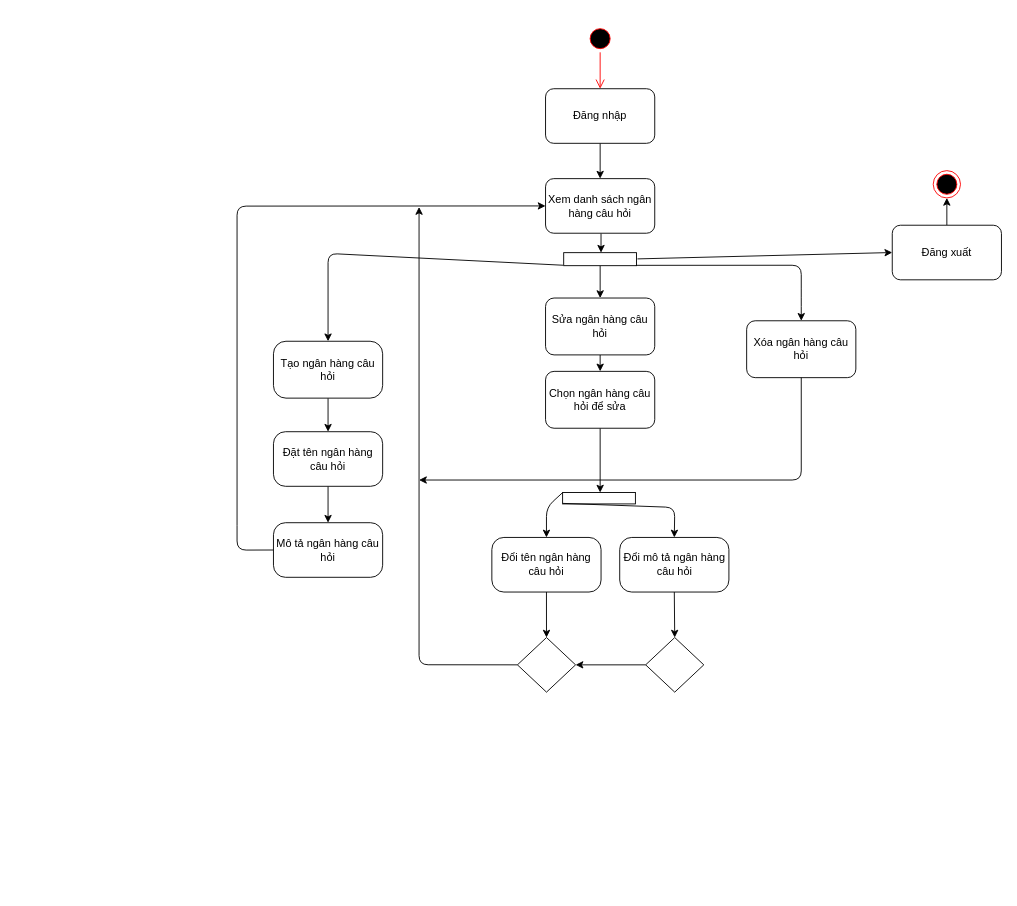
Earlier version of the draw.io diagram page "Quản lý ngân hàng câu hỏi" (1 of 4) of activitydiagram.drawio (VDT1805/ChallengeCreator). Source tidied: cells renumbered, new cells numbered last; positions are measured from the earlier drawing's top-left corner, leaving out a move shared by most shapes. Both pictures are drawn from the tidied source at 91%, with x=0, y=0 at pixel (237, 25).
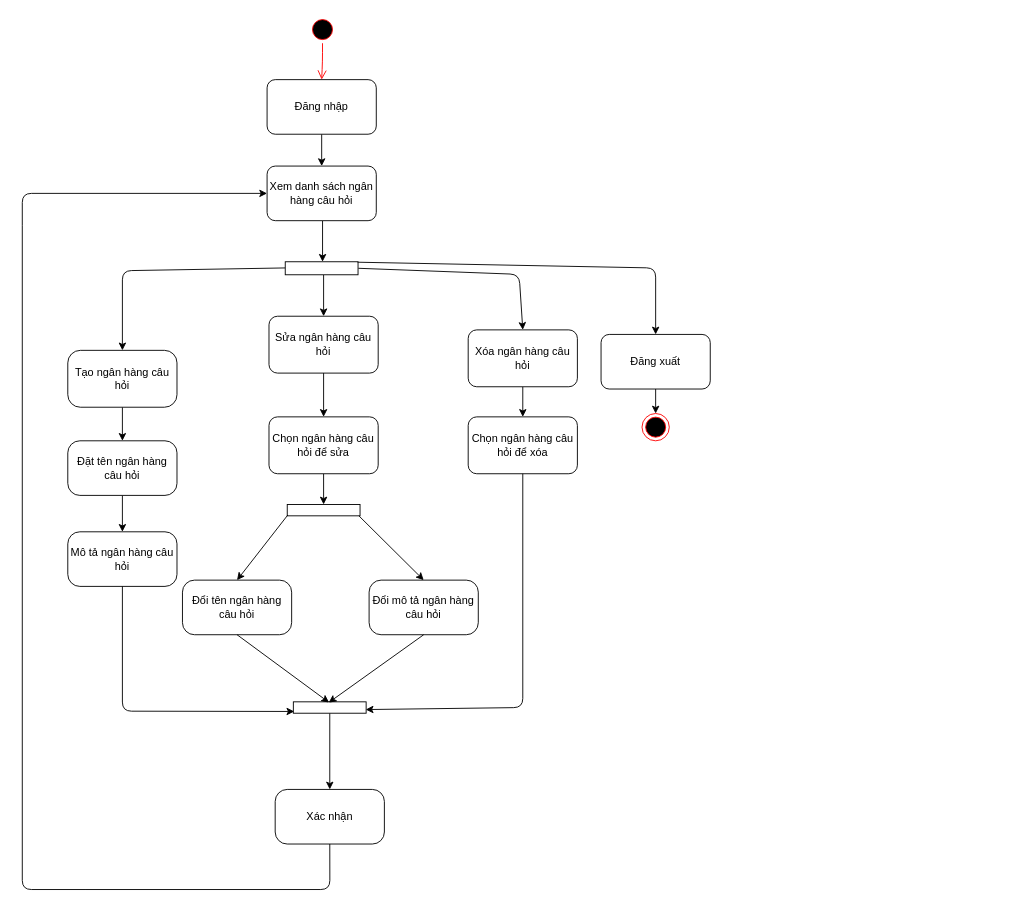
The same page after the edit.

What changed in the source:
```diff
@@
     <mxCell id="2" style="ellipse;html=1;shape=endState;fillColor=#000000;strokeColor=#ff0000;" parent="1" vertex="1">
-      <mxGeometry x="765" y="160" width="30" height="30" as="geometry" />
+      <mxGeometry x="445" y="426.9" width="30" height="30" as="geometry" />
     </mxCell>
     <mxCell id="3" style="ellipse;html=1;shape=startState;fillColor=#000000;strokeColor=#ff0000;" parent="1" vertex="1">
-      <mxGeometry x="384" width="30" height="30" as="geometry" />
+      <mxGeometry x="78.9" y="-10" width="30" height="30" as="geometry" />
     </mxCell>
@@
     <mxCell id="6" value="Đăng nhập" style="rounded=1;whiteSpace=wrap;html=1;" parent="1" vertex="1">
-      <mxGeometry x="339" y="70" width="120" height="60" as="geometry" />
+      <mxGeometry x="33" y="60" width="120" height="60" as="geometry" />
     </mxCell>
@@
     <mxCell id="8" value="Tạo ngân hàng câu hỏi" style="rounded=1;whiteSpace=wrap;html=1;arcSize=22;" parent="1" vertex="1">
-      <mxGeometry x="40" y="347.5" width="120" height="62.5" as="geometry" />
+      <mxGeometry x="-186" y="357.5" width="120" height="62.5" as="geometry" />
     </mxCell>
@@
     <mxCell id="10" value="Sửa ngân hàng câu hỏi" style="rounded=1;whiteSpace=wrap;html=1;" parent="1" vertex="1">
-      <mxGeometry x="339" y="300" width="120" height="62.5" as="geometry" />
+      <mxGeometry x="35.1" y="320" width="120" height="62.5" as="geometry" />
     </mxCell>
+    <mxCell id="42" style="edgeStyle=none;html=1;endArrow=classic;endFill=1;" parent="1" edge="1" source="11" target="49">
+      <mxGeometry relative="1" as="geometry" />
+    </mxCell>
     <mxCell id="11" value="Xóa ngân hàng câu hỏi" style="rounded=1;whiteSpace=wrap;html=1;" parent="1" vertex="1">
-      <mxGeometry x="560" y="325" width="120" height="62.5" as="geometry" />
+      <mxGeometry x="254" y="335" width="120" height="62.5" as="geometry" />
     </mxCell>
-    <mxCell id="12" style="edgeStyle=none;html=1;entryX=0.5;entryY=0;entryDx=0;entryDy=0;exitX=0.974;exitY=0.016;exitDx=0;exitDy=0;exitPerimeter=0;" parent="1" edge="1" source="15" target="11">
+    <mxCell id="12" style="edgeStyle=none;html=1;exitX=0.502;exitY=-0.004;exitDx=0;exitDy=0;exitPerimeter=0;entryX=0.5;entryY=0;entryDx=0;entryDy=0;" parent="1" edge="1" source="15" target="11">
       <mxGeometry relative="1" as="geometry">
         <Array as="points">
-          <mxPoint x="620" y="264" />
-          <mxPoint x="620" y="300" />
+          <mxPoint x="310" y="274" />
         </Array>
       </mxGeometry>
     </mxCell>
-    <mxCell id="13" style="edgeStyle=none;html=1;entryX=0.5;entryY=0;entryDx=0;entryDy=0;exitX=0.967;exitY=1.008;exitDx=0;exitDy=0;exitPerimeter=0;" parent="1" edge="1" source="15" target="8">
+    <mxCell id="13" style="edgeStyle=none;html=1;entryX=0.5;entryY=0;entryDx=0;entryDy=0;exitX=0.474;exitY=0.999;exitDx=0;exitDy=0;exitPerimeter=0;" parent="1" edge="1" source="15" target="8">
       <mxGeometry relative="1" as="geometry">
         <Array as="points">
-          <mxPoint x="100" y="251" />
+          <mxPoint x="-126" y="270" />
         </Array>
       </mxGeometry>
     </mxCell>
@@
     <mxCell id="15" style="html=1;points=[];perimeter=orthogonalPerimeter;rotation=90;" parent="1" vertex="1">
-      <mxGeometry x="391.8" y="217.3" width="14.3" height="80" as="geometry" />
+      <mxGeometry x="85.8" y="227.3" width="14.3" height="80" as="geometry" />
     </mxCell>
@@
     <mxCell id="17" value="Đăng xuất" style="rounded=1;whiteSpace=wrap;html=1;" parent="1" vertex="1">
-      <mxGeometry x="720" y="220" width="120" height="60" as="geometry" />
+      <mxGeometry x="400" y="340" width="120" height="60" as="geometry" />
     </mxCell>
@@
     <mxCell id="20" value="Xem danh sách ngân hàng câu hỏi" style="rounded=1;whiteSpace=wrap;html=1;" parent="1" vertex="1">
-      <mxGeometry x="339" y="168.8" width="120" height="60" as="geometry" />
+      <mxGeometry x="33" y="155" width="120" height="60" as="geometry" />
     </mxCell>
-    <mxCell id="21" style="endArrow=classic;html=1;entryX=0;entryY=0.5;entryDx=0;entryDy=0;startArrow=none;" parent="1" edge="1" target="20">
-      <mxGeometry relative="1" as="geometry">
-        <mxPoint y="550" as="sourcePoint" />
-        <Array as="points">
-          <mxPoint y="199" />
-        </Array>
-      </mxGeometry>
-    </mxCell>
@@
     <mxCell id="23" value="Đặt tên ngân hàng câu hỏi" style="whiteSpace=wrap;html=1;rounded=1;arcSize=22;" parent="1" vertex="1">
-      <mxGeometry x="40" y="446.9" width="120" height="60" as="geometry" />
+      <mxGeometry x="-186" y="456.9" width="120" height="60" as="geometry" />
     </mxCell>
     <mxCell id="24" value="Mô tả ngân hàng câu hỏi" style="whiteSpace=wrap;html=1;rounded=1;arcSize=22;" parent="1" vertex="1">
-      <mxGeometry x="40" y="546.9" width="120" height="60" as="geometry" />
+      <mxGeometry x="-186" y="556.9" width="120" height="60" as="geometry" />
     </mxCell>
     <mxCell id="25" style="html=1;points=[];perimeter=orthogonalPerimeter;rotation=90;" parent="1" vertex="1">
-      <mxGeometry x="391.5" y="480" width="12.5" height="80" as="geometry" />
+      <mxGeometry x="88.9" y="493.1" width="12.5" height="80" as="geometry" />
     </mxCell>
-    <mxCell id="26" style="edgeStyle=none;html=1;exitX=0.5;exitY=1;exitDx=0;exitDy=0;entryX=0.5;entryY=0;entryDx=0;entryDy=0;" parent="1" edge="1" source="27" target="36">
-      <mxGeometry relative="1" as="geometry" />
-    </mxCell>
     <mxCell id="27" value="Đổi tên ngân hàng câu hỏi" style="whiteSpace=wrap;html=1;rounded=1;arcSize=22;" parent="1" vertex="1">
-      <mxGeometry x="280" y="563.1" width="120" height="60" as="geometry" />
+      <mxGeometry x="-60" y="610" width="120" height="60" as="geometry" />
     </mxCell>
-    <mxCell id="28" style="edgeStyle=none;html=1;exitX=0.5;exitY=1;exitDx=0;exitDy=0;entryX=0.5;entryY=0;entryDx=0;entryDy=0;" parent="1" edge="1" source="29" target="37">
-      <mxGeometry relative="1" as="geometry" />
-    </mxCell>
     <mxCell id="29" value="Đổi mô tả ngân hàng câu hỏi" style="whiteSpace=wrap;html=1;rounded=1;arcSize=22;" parent="1" vertex="1">
-      <mxGeometry x="420.5" y="563.1" width="120" height="60" as="geometry" />
+      <mxGeometry x="145.1" y="610" width="120" height="60" as="geometry" />
     </mxCell>
+    <mxCell id="32" style="edgeStyle=none;html=1;endArrow=classic;endFill=1;" parent="1" edge="1" source="33" target="25">
+      <mxGeometry relative="1" as="geometry" />
+    </mxCell>
+    <mxCell id="33" value="Chọn ngân hàng câu hỏi để sửa" style="rounded=1;whiteSpace=wrap;html=1;" parent="1" vertex="1">
+      <mxGeometry x="35.1" y="430.6" width="120" height="62.5" as="geometry" />
+    </mxCell>
+    <mxCell id="35" style="edgeStyle=none;html=1;entryX=0;entryY=0.5;entryDx=0;entryDy=0;endArrow=block;endFill=1;" parent="1" edge="1" target="2">
+      <mxGeometry relative="1" as="geometry" />
+    </mxCell>
+    <mxCell id="43" value="Xác nhận" style="whiteSpace=wrap;html=1;rounded=1;arcSize=22;" parent="1" vertex="1">
+      <mxGeometry x="41.9" y="840" width="120" height="60" as="geometry" />
+    </mxCell>
+    <mxCell id="44" style="endArrow=classic;html=1;startArrow=none;exitX=0.5;exitY=1;exitDx=0;exitDy=0;endFill=1;entryX=0.847;entryY=0.987;entryDx=0;entryDy=0;entryPerimeter=0;" parent="1" edge="1" source="24" target="46">
+      <mxGeometry relative="1" as="geometry">
+        <Array as="points">
+          <mxPoint x="-126" y="754" />
+        </Array>
+      </mxGeometry>
+    </mxCell>
+    <mxCell id="45" style="edgeStyle=none;html=1;endArrow=classic;endFill=1;" parent="1" edge="1" source="46" target="43">
+      <mxGeometry relative="1" as="geometry" />
+    </mxCell>
+    <mxCell id="46" style="html=1;points=[];perimeter=orthogonalPerimeter;rotation=90;" parent="1" vertex="1">
+      <mxGeometry x="95.6" y="710" width="12.5" height="80" as="geometry" />
+    </mxCell>
+    <mxCell id="47" style="endArrow=classic;html=1;startArrow=none;exitX=0.5;exitY=1;exitDx=0;exitDy=0;endFill=1;entryX=0.059;entryY=0.509;entryDx=0;entryDy=0;entryPerimeter=0;" parent="1" edge="1" source="27" target="46">
+      <mxGeometry relative="1" as="geometry" />
+    </mxCell>
+    <mxCell id="48" style="endArrow=classic;html=1;startArrow=none;exitX=0.5;exitY=1;exitDx=0;exitDy=0;endFill=1;entryX=0.066;entryY=0.514;entryDx=0;entryDy=0;entryPerimeter=0;" parent="1" edge="1" source="29" target="46">
+      <mxGeometry relative="1" as="geometry" />
+    </mxCell>
-    <mxCell id="30" style="endArrow=classic;html=1;entryX=0.5;entryY=0;entryDx=0;entryDy=0;exitX=-0.009;exitY=0.997;exitDx=0;exitDy=0;exitPerimeter=0;" parent="1" edge="1" source="25" target="27">
-      <mxGeometry relative="1" as="geometry">
-        <Array as="points">
-          <mxPoint x="340" y="530.1" />
-        </Array>
-      </mxGeometry>
+    <mxCell id="30" style="endArrow=classic;html=1;exitX=0.926;exitY=0.992;exitDx=0;exitDy=0;exitPerimeter=0;entryX=0.5;entryY=0;entryDx=0;entryDy=0;" parent="1" edge="1" source="25" target="27">
+      <mxGeometry relative="1" as="geometry" />
     </mxCell>
-    <mxCell id="31" style="endArrow=classic;html=1;entryX=0.5;entryY=0;entryDx=0;entryDy=0;exitX=0.954;exitY=0.994;exitDx=0;exitDy=0;exitPerimeter=0;" parent="1" edge="1" source="25" target="29">
-      <mxGeometry relative="1" as="geometry">
-        <Array as="points">
-          <mxPoint x="481" y="530.1" />
-        </Array>
-      </mxGeometry>
+    <mxCell id="31" style="endArrow=classic;html=1;startArrow=none;exitX=0.999;exitY=0.016;exitDx=0;exitDy=0;endFill=1;entryX=0.5;entryY=0;entryDx=0;entryDy=0;exitPerimeter=0;" parent="1" edge="1" source="25" target="29">
+      <mxGeometry relative="1" as="geometry" />
     </mxCell>
-    <mxCell id="32" style="edgeStyle=none;html=1;endArrow=classic;endFill=1;" parent="1" edge="1" source="33" target="25">
-      <mxGeometry relative="1" as="geometry" />
-    </mxCell>
-    <mxCell id="33" value="Chọn ngân hàng câu hỏi để sửa" style="rounded=1;whiteSpace=wrap;html=1;" parent="1" vertex="1">
-      <mxGeometry x="339" y="380.6" width="120" height="62.5" as="geometry" />
-    </mxCell>
-    <mxCell id="34" style="endArrow=classic;html=1;entryX=0;entryY=0.5;entryDx=0;entryDy=0;" parent="1" edge="1" target="17">
-      <mxGeometry relative="1" as="geometry">
-        <mxPoint x="440" y="257" as="sourcePoint" />
-      </mxGeometry>
-    </mxCell>
-    <mxCell id="35" style="edgeStyle=none;html=1;entryX=0;entryY=0.5;entryDx=0;entryDy=0;endArrow=block;endFill=1;" parent="1" edge="1" target="2">
-      <mxGeometry relative="1" as="geometry" />
-    </mxCell>
-    <mxCell id="36" style="rhombus;whiteSpace=wrap;html=1;" parent="1" vertex="1">
-      <mxGeometry x="308.1" y="673.1" width="63.9" height="60" as="geometry" />
-    </mxCell>
-    <mxCell id="37" style="rhombus;whiteSpace=wrap;html=1;" parent="1" vertex="1">
-      <mxGeometry x="449" y="673.1" width="63.9" height="60" as="geometry" />
-    </mxCell>
-    <mxCell id="38" style="endArrow=classic;html=1;strokeColor=default;exitX=0;exitY=0.5;exitDx=0;exitDy=0;entryX=1;entryY=0.5;entryDx=0;entryDy=0;" parent="1" edge="1" source="37" target="36">
-      <mxGeometry relative="1" as="geometry" />
-    </mxCell>
-    <mxCell id="39" style="endArrow=classic;html=1;strokeColor=default;exitX=0;exitY=0.5;exitDx=0;exitDy=0;" parent="1" edge="1" source="36">
-      <mxGeometry relative="1" as="geometry">
-        <mxPoint x="200" y="200" as="targetPoint" />
-        <Array as="points">
-          <mxPoint x="200" y="703" />
-        </Array>
-      </mxGeometry>
-    </mxCell>
-    <mxCell id="40" style="endArrow=none;html=1;startArrow=none;exitX=0;exitY=0.5;exitDx=0;exitDy=0;endFill=0;" parent="1" edge="1" source="24">
-      <mxGeometry relative="1" as="geometry">
-        <mxPoint y="550" as="targetPoint" />
-        <Array as="points">
-          <mxPoint y="577" />
-        </Array>
-      </mxGeometry>
-    </mxCell>
-    <mxCell id="41" style="edgeStyle=none;html=1;exitX=0.5;exitY=1;exitDx=0;exitDy=0;" parent="1" edge="1" source="11">
-      <mxGeometry relative="1" as="geometry">
-        <mxPoint x="200" y="500" as="targetPoint" />
-        <Array as="points">
-          <mxPoint x="620" y="500" />
-        </Array>
-      </mxGeometry>
-    </mxCell>
+    <mxCell id="49" value="Chọn ngân hàng câu hỏi để xóa" style="rounded=1;whiteSpace=wrap;html=1;" parent="1" vertex="1">
+      <mxGeometry x="254" y="430.6" width="120" height="62.5" as="geometry" />
+    </mxCell>
+    <mxCell id="50" style="endArrow=classic;html=1;startArrow=none;exitX=0.5;exitY=1;exitDx=0;exitDy=0;endFill=1;entryX=0.68;entryY=0.006;entryDx=0;entryDy=0;entryPerimeter=0;" parent="1" edge="1" source="49" target="46">
+      <mxGeometry relative="1" as="geometry">
+        <Array as="points">
+          <mxPoint x="314" y="750" />
+        </Array>
+      </mxGeometry>
+    </mxCell>
+    <mxCell id="51" style="endArrow=none;html=1;startArrow=none;exitX=0.5;exitY=1;exitDx=0;exitDy=0;endFill=0;" parent="1" edge="1" source="43">
+      <mxGeometry relative="1" as="geometry">
+        <mxPoint x="-166" y="950" as="targetPoint" />
+        <Array as="points">
+          <mxPoint x="102" y="950" />
+        </Array>
+      </mxGeometry>
+    </mxCell>
+    <mxCell id="52" style="endArrow=none;html=1;startArrow=none;endFill=0;" parent="1" edge="1">
+      <mxGeometry relative="1" as="geometry">
+        <mxPoint x="-166" y="950" as="sourcePoint" />
+        <mxPoint x="-236" y="220" as="targetPoint" />
+        <Array as="points">
+          <mxPoint x="-236" y="950" />
+        </Array>
+      </mxGeometry>
+    </mxCell>
+    <mxCell id="53" style="endArrow=classic;html=1;entryX=0;entryY=0.5;entryDx=0;entryDy=0;" parent="1" edge="1" target="20">
+      <mxGeometry relative="1" as="geometry">
+        <mxPoint x="-236" y="220" as="sourcePoint" />
+        <Array as="points">
+          <mxPoint x="-236" y="185" />
+        </Array>
+      </mxGeometry>
+    </mxCell>
+    <mxCell id="54" style="edgeStyle=none;html=1;entryX=0.5;entryY=0;entryDx=0;entryDy=0;exitX=0.035;exitY=0.006;exitDx=0;exitDy=0;exitPerimeter=0;" parent="1" edge="1" source="15" target="17">
+      <mxGeometry relative="1" as="geometry">
+        <Array as="points">
+          <mxPoint x="460" y="267" />
+        </Array>
+      </mxGeometry>
+    </mxCell>
```
